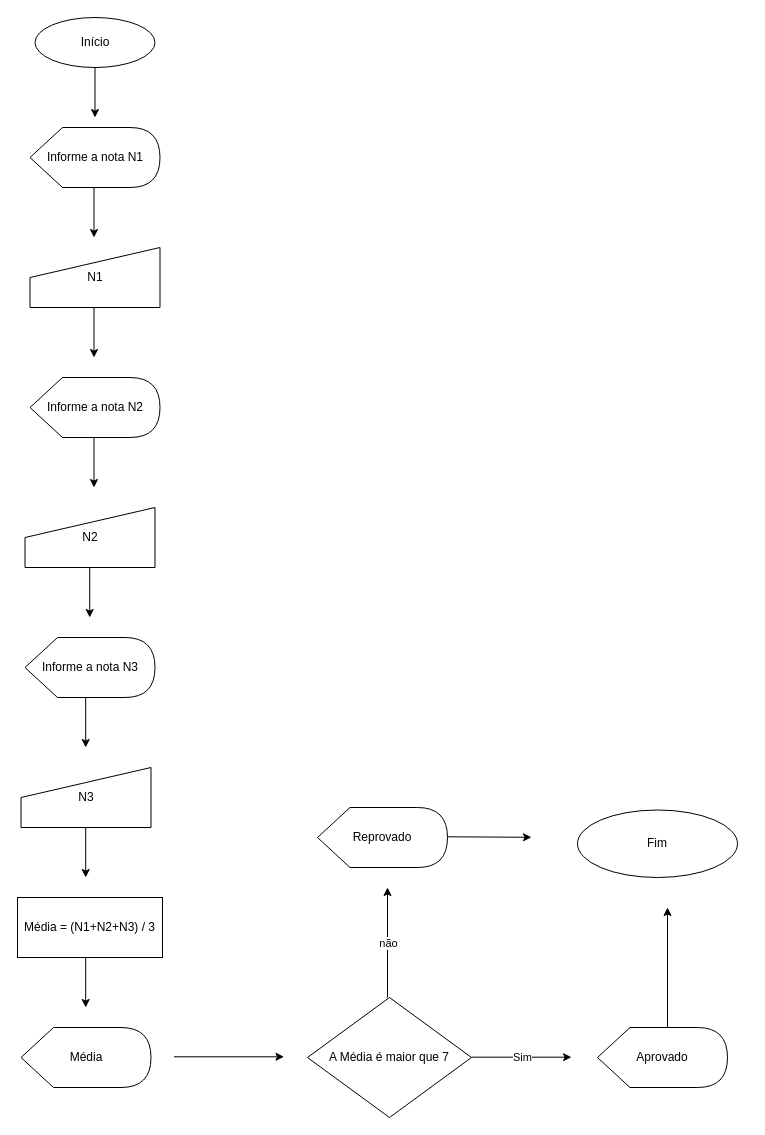
Earlier version of the draw.io diagram 06 - Lógica de programação/Fluxograma_média_de_notas.drawio (renato-wessmer/SENAI-Front-End). Source tidied: cells renumbered, new cells numbered last; positions are measured from the earlier drawing's top-left corner, leaving out a move shared by most shapes. Both pictures are drawn from the tidied source at 100%, with x=0, y=0 at pixel (17, 17).
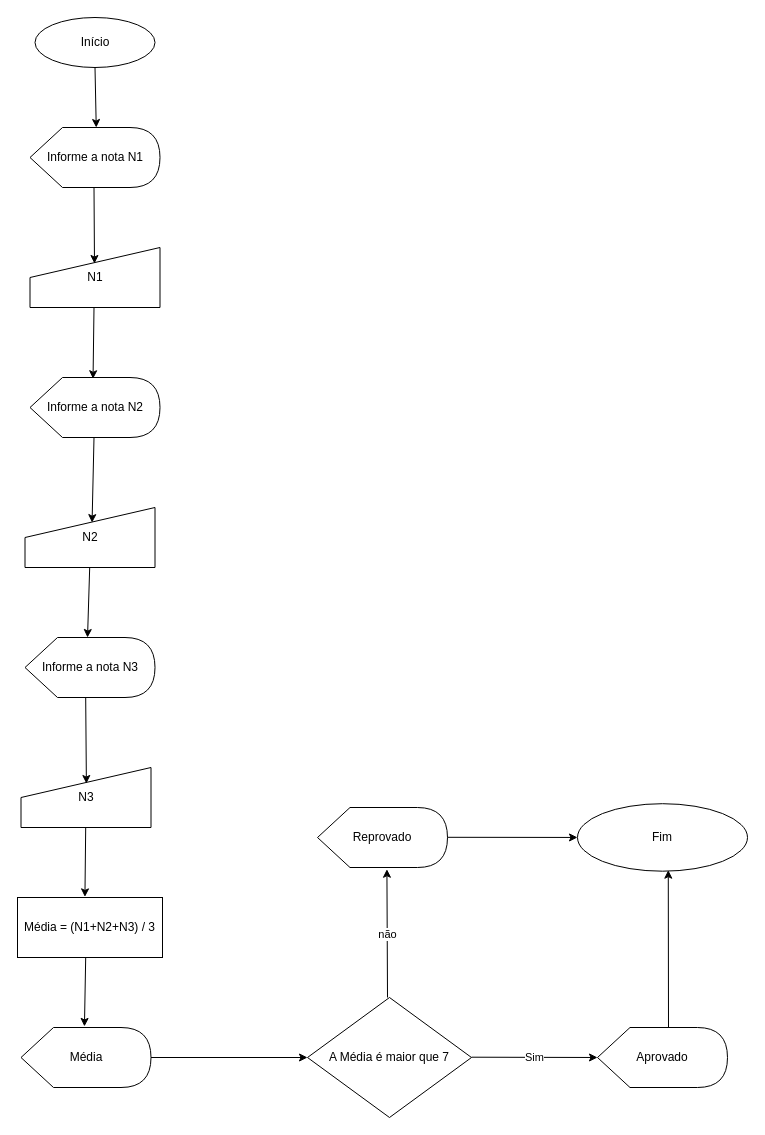
After the change.

The change refers to these unchanged cells:
```xml
<mxCell id="4" value="Informe a nota N1" style="shape=display;whiteSpace=wrap;html=1;" parent="1" vertex="1">
  <mxGeometry x="12.5" y="110" width="130" height="60" as="geometry" />
</mxCell>
<mxCell id="5" value="N1" style="shape=manualInput;whiteSpace=wrap;html=1;align=center;" parent="1" vertex="1">
  <mxGeometry x="12.5" y="230" width="130" height="60" as="geometry" />
</mxCell>
<mxCell id="6" value="Informe a nota N2" style="shape=display;whiteSpace=wrap;html=1;" parent="1" vertex="1">
  <mxGeometry x="12.5" y="360" width="130" height="60" as="geometry" />
</mxCell>
<mxCell id="7" value="Informe a nota N3" style="shape=display;whiteSpace=wrap;html=1;" parent="1" vertex="1">
  <mxGeometry x="7.5" y="620" width="130" height="60" as="geometry" />
</mxCell>
<mxCell id="8" value="N2" style="shape=manualInput;whiteSpace=wrap;html=1;align=center;" parent="1" vertex="1">
  <mxGeometry x="7.5" y="490" width="130" height="60" as="geometry" />
</mxCell>
<mxCell id="9" value="N3" style="shape=manualInput;whiteSpace=wrap;html=1;align=center;" parent="1" vertex="1">
  <mxGeometry x="3.5" y="750" width="130" height="60" as="geometry" />
</mxCell>
<mxCell id="10" value="Média = (N1+N2+N3) / 3" style="rounded=0;whiteSpace=wrap;html=1;" parent="1" vertex="1">
  <mxGeometry y="880" width="145" height="60" as="geometry" />
</mxCell>
<mxCell id="11" value="Média" style="shape=display;whiteSpace=wrap;html=1;" parent="1" vertex="1">
  <mxGeometry x="3.5" y="1010" width="130" height="60" as="geometry" />
</mxCell>
<mxCell id="12" value="A Média é maior que 7" style="rhombus;whiteSpace=wrap;html=1;" parent="1" vertex="1">
  <mxGeometry x="290" y="980" width="164" height="120" as="geometry" />
</mxCell>
<mxCell id="13" value="Aprovado" style="shape=display;whiteSpace=wrap;html=1;" parent="1" vertex="1">
  <mxGeometry x="580" y="1010" width="130" height="60" as="geometry" />
</mxCell>
<mxCell id="14" value="Reprovado" style="shape=display;whiteSpace=wrap;html=1;" parent="1" vertex="1">
  <mxGeometry x="300" y="790" width="130" height="60" as="geometry" />
</mxCell>
```

Diff of the diagram source:
```diff
@@
     <mxCell id="3" value="Fim" style="ellipse;whiteSpace=wrap;html=1;" parent="1" vertex="1">
-      <mxGeometry x="560" y="792.5" width="160" height="67.5" as="geometry" />
+      <mxGeometry x="560" y="786.2" width="170" height="67.5" as="geometry" />
     </mxCell>
@@
-    <mxCell id="15" style="endArrow=classic;html=1;rounded=0;" parent="1" edge="1">
+    <mxCell id="15" style="endArrow=classic;html=1;rounded=0;entryX=0;entryY=0.5;entryDx=0;entryDy=0;" parent="1" edge="1" target="3">
       <mxGeometry relative="1" as="geometry">
-        <mxPoint x="430" y="819.3" as="sourcePoint" />
-        <mxPoint x="514" y="819.8" as="targetPoint" />
+        <mxPoint x="430" y="819.8" as="sourcePoint" />
       </mxGeometry>
     </mxCell>
-    <mxCell id="16" style="endArrow=classic;html=1;rounded=0;" parent="1" edge="1">
+    <mxCell id="16" style="endArrow=classic;html=1;rounded=0;entryX=0;entryY=0;entryDx=66.25;entryDy=0;entryPerimeter=0;" parent="1" edge="1" target="4">
       <mxGeometry relative="1" as="geometry">
         <mxPoint x="77.5" y="50" as="sourcePoint" />
-        <mxPoint x="77.5" y="100" as="targetPoint" />
       </mxGeometry>
     </mxCell>
-    <mxCell id="17" style="endArrow=classic;html=1;rounded=0;" parent="1" edge="1">
+    <mxCell id="17" style="endArrow=classic;html=1;rounded=0;entryX=0.496;entryY=0.267;entryDx=0;entryDy=0;entryPerimeter=0;" parent="1" edge="1" target="5">
       <mxGeometry relative="1" as="geometry">
         <mxPoint x="76.5" y="170" as="sourcePoint" />
-        <mxPoint x="76.5" y="220" as="targetPoint" />
       </mxGeometry>
     </mxCell>
-    <mxCell id="18" style="endArrow=classic;html=1;rounded=0;" parent="1" edge="1">
+    <mxCell id="18" style="endArrow=classic;html=1;rounded=0;entryX=0.485;entryY=0.021;entryDx=0;entryDy=0;entryPerimeter=0;" parent="1" edge="1" target="6">
       <mxGeometry relative="1" as="geometry">
         <mxPoint x="76.5" y="290" as="sourcePoint" />
-        <mxPoint x="76.5" y="340" as="targetPoint" />
       </mxGeometry>
     </mxCell>
-    <mxCell id="19" style="endArrow=classic;html=1;rounded=0;" parent="1" edge="1">
+    <mxCell id="19" style="endArrow=classic;html=1;rounded=0;entryX=0.516;entryY=0.252;entryDx=0;entryDy=0;entryPerimeter=0;" parent="1" edge="1" target="8">
       <mxGeometry relative="1" as="geometry">
         <mxPoint x="76.5" y="420" as="sourcePoint" />
-        <mxPoint x="76.5" y="470" as="targetPoint" />
       </mxGeometry>
     </mxCell>
-    <mxCell id="20" style="endArrow=classic;html=1;rounded=0;" parent="1" edge="1">
+    <mxCell id="20" style="endArrow=classic;html=1;rounded=0;entryX=0.481;entryY=0;entryDx=0;entryDy=0;entryPerimeter=0;" parent="1" edge="1" target="7">
       <mxGeometry relative="1" as="geometry">
         <mxPoint x="72.2" y="550" as="sourcePoint" />
-        <mxPoint x="72.2" y="600" as="targetPoint" />
       </mxGeometry>
     </mxCell>
-    <mxCell id="21" style="endArrow=classic;html=1;rounded=0;" parent="1" edge="1">
+    <mxCell id="21" style="endArrow=classic;html=1;rounded=0;entryX=0.503;entryY=0.267;entryDx=0;entryDy=0;entryPerimeter=0;" parent="1" edge="1" target="9">
       <mxGeometry relative="1" as="geometry">
         <mxPoint x="68.2" y="680" as="sourcePoint" />
-        <mxPoint x="68.2" y="730" as="targetPoint" />
       </mxGeometry>
     </mxCell>
-    <mxCell id="22" style="endArrow=classic;html=1;rounded=0;" parent="1" edge="1">
+    <mxCell id="22" style="endArrow=classic;html=1;rounded=0;entryX=0.465;entryY=-0.01;entryDx=0;entryDy=0;entryPerimeter=0;" parent="1" edge="1" target="10">
       <mxGeometry relative="1" as="geometry">
         <mxPoint x="68.2" y="810" as="sourcePoint" />
-        <mxPoint x="68.2" y="860" as="targetPoint" />
       </mxGeometry>
     </mxCell>
-    <mxCell id="23" style="endArrow=classic;html=1;rounded=0;" parent="1" edge="1">
+    <mxCell id="23" style="endArrow=classic;html=1;rounded=0;entryX=0.488;entryY=-0.018;entryDx=0;entryDy=0;entryPerimeter=0;" parent="1" edge="1" target="11">
       <mxGeometry relative="1" as="geometry">
         <mxPoint x="68.2" y="940" as="sourcePoint" />
-        <mxPoint x="68.2" y="990" as="targetPoint" />
       </mxGeometry>
     </mxCell>
-    <mxCell id="24" style="endArrow=classic;html=1;rounded=0;" parent="1" edge="1">
-      <mxGeometry relative="1" as="geometry">
-        <mxPoint x="156.5" y="1039.3" as="sourcePoint" />
-        <mxPoint x="266.5" y="1039.3" as="targetPoint" />
-      </mxGeometry>
+    <mxCell id="24" style="endArrow=classic;html=1;rounded=0;exitX=1;exitY=0.5;exitDx=0;exitDy=0;exitPerimeter=0;entryX=0;entryY=0.5;entryDx=0;entryDy=0;" parent="1" edge="1" source="11" target="12">
+      <mxGeometry relative="1" as="geometry" />
     </mxCell>
-    <mxCell id="25" style="endArrow=classic;html=1;rounded=0;" parent="1" edge="1">
+    <mxCell id="25" style="endArrow=classic;html=1;rounded=0;entryX=0.534;entryY=0.985;entryDx=0;entryDy=0;entryPerimeter=0;" parent="1" edge="1" target="3">
       <mxGeometry relative="1" as="geometry">
-        <mxPoint x="650" y="1010" as="sourcePoint" />
-        <mxPoint x="650" y="890" as="targetPoint" />
+        <mxPoint x="651" y="1010" as="sourcePoint" />
       </mxGeometry>
     </mxCell>
-    <mxCell id="26" style="endArrow=classic;html=1;rounded=0;" parent="1" edge="1">
+    <mxCell id="26" style="endArrow=classic;html=1;rounded=0;entryX=0.534;entryY=1.029;entryDx=0;entryDy=0;entryPerimeter=0;" parent="1" edge="1" target="14">
       <mxGeometry relative="1" as="geometry">
         <mxPoint x="370" y="980" as="sourcePoint" />
-        <mxPoint x="370" y="870" as="targetPoint" />
       </mxGeometry>
     </mxCell>
@@
-    <mxCell id="28" style="endArrow=classic;html=1;rounded=0;" parent="1" edge="1">
+    <mxCell id="28" style="endArrow=classic;html=1;rounded=0;entryX=0;entryY=0.5;entryDx=0;entryDy=0;entryPerimeter=0;" parent="1" edge="1" target="13">
       <mxGeometry relative="1" as="geometry">
         <mxPoint x="454" y="1039.7" as="sourcePoint" />
-        <mxPoint x="554" y="1039.7" as="targetPoint" />
       </mxGeometry>
     </mxCell>
```
